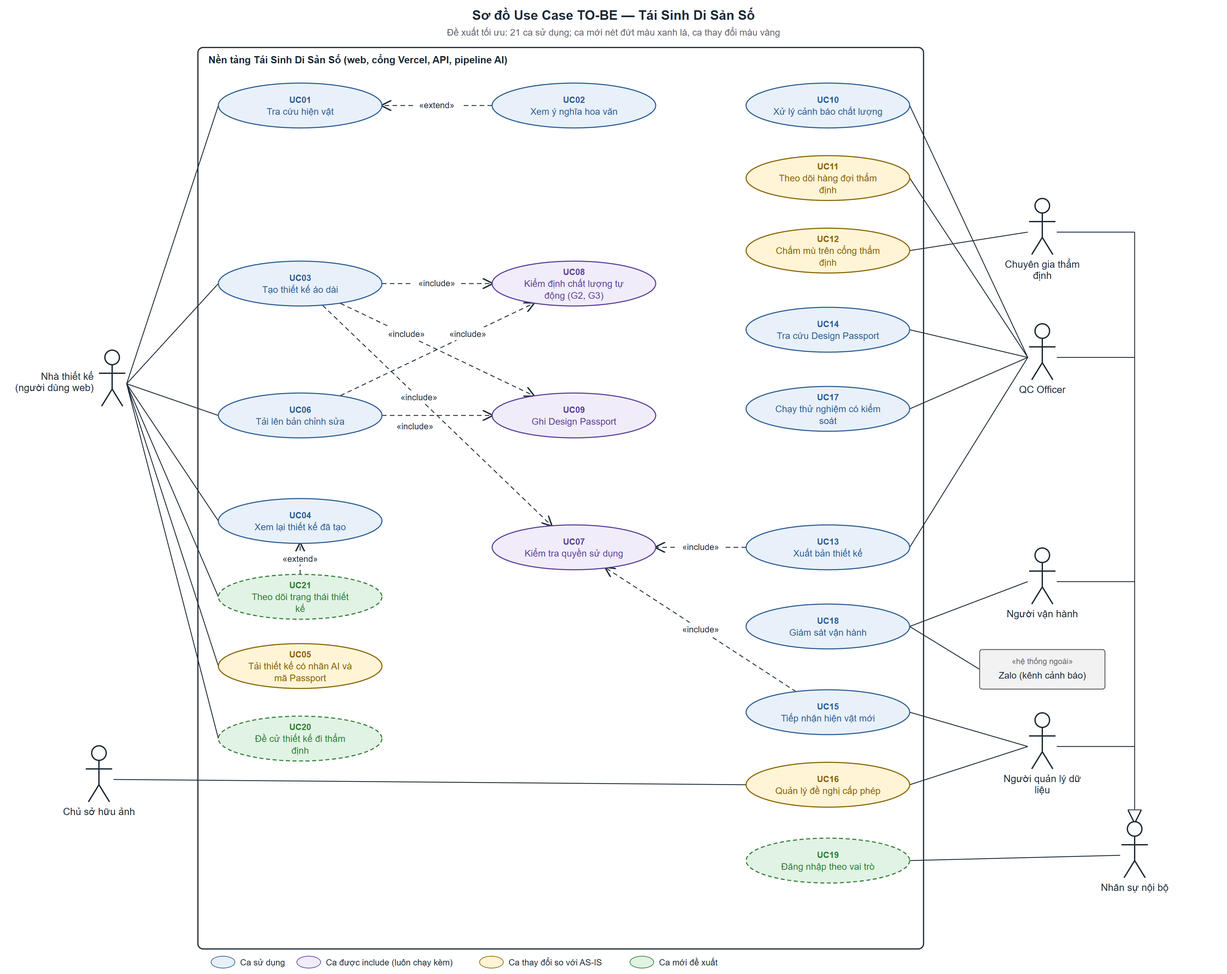
The PlantUML diagram docs/business-analysis/diagrams/UC-TO-BE_use-case.png in quoczai22/tai-sinh-di-san-so-ai, before a commit. Its source is kept beside it as docs/business-analysis/diagrams/UC-TO-BE_use-case.puml. Source of this version:
```plantuml
@startuml
title Sơ đồ Use Case TO-BE — Tái Sinh Di Sản Số
left to right direction
skinparam packageStyle rectangle
skinparam usecase { BackgroundColor #E8F0FA
 BorderColor #2B5C94 }
actor "Nhà thiết kế (người dùng web)" as DES
actor "Chuyên gia thẩm định" as EXP
actor "QC Officer" as QC
actor "Người vận hành" as OPS
actor "Người quản lý dữ liệu" as DATA
actor "Zalo (kênh cảnh báo)" as ZALO <<hệ thống ngoài>>
actor "Chủ sở hữu ảnh" as OWN
actor "Nhân sự nội bộ" as STAFF
rectangle "Nền tảng Tái Sinh Di Sản Số" {
  usecase "UC01 – Tra cứu hiện vật" as UC01
  usecase "UC02 – Xem ý nghĩa hoa văn" as UC02
  usecase "UC03 – Tạo thiết kế áo dài" as UC03
  usecase "UC06 – Tải lên bản chỉnh sửa" as UC06
  usecase "UC04 – Xem lại thiết kế đã tạo" as UC04
  usecase "UC05 – Tải thiết kế có nhãn AI và mã Passport" as UC05 <<thay đổi>>
  usecase "UC08 – Kiểm định chất lượng tự động (G2, G3)" as UC08
  usecase "UC09 – Ghi Design Passport" as UC09
  usecase "UC07 – Kiểm tra quyền sử dụng" as UC07
  usecase "UC10 – Xử lý cảnh báo chất lượng" as UC10
  usecase "UC11 – Theo dõi hàng đợi thẩm định" as UC11 <<thay đổi>>
  usecase "UC12 – Chấm mù trên cổng thẩm định" as UC12 <<thay đổi>>
  usecase "UC14 – Tra cứu Design Passport" as UC14
  usecase "UC17 – Chạy thử nghiệm có kiểm soát" as UC17
  usecase "UC13 – Xuất bản thiết kế" as UC13
  usecase "UC18 – Giám sát vận hành" as UC18
  usecase "UC15 – Tiếp nhận hiện vật mới" as UC15
  usecase "UC16 – Quản lý đề nghị cấp phép" as UC16 <<thay đổi>>
  usecase "UC21 – Theo dõi trạng thái thiết kế" as UC21 <<mới>>
  usecase "UC20 – Đề cử thiết kế đi thẩm định" as UC20 <<mới>>
  usecase "UC19 – Đăng nhập theo vai trò" as UC19 <<mới>>
}
DES -- UC01
DES -- UC03
DES -- UC06
DES -- UC04
DES -- UC05
QC -- UC10
QC -- UC11
QC -- UC14
QC -- UC17
QC -- UC13
EXP -- UC12
OPS -- UC18
ZALO -- UC18
DATA -- UC15
DATA -- UC16
DES -- UC20
DES -- UC21
OWN -- UC16
STAFF -- UC19
UC03 ..> UC08 : <<include>>
UC03 ..> UC09 : <<include>>
UC03 ..> UC07 : <<include>>
UC06 ..> UC08 : <<include>>
UC06 ..> UC09 : <<include>>
UC13 ..> UC07 : <<include>>
UC15 ..> UC07 : <<include>>
UC02 ..> UC01 : <<extend>>
UC21 ..> UC04 : <<extend>>
EXP --|> STAFF
QC --|> STAFF
OPS --|> STAFF
DATA --|> STAFF
@enduml
```
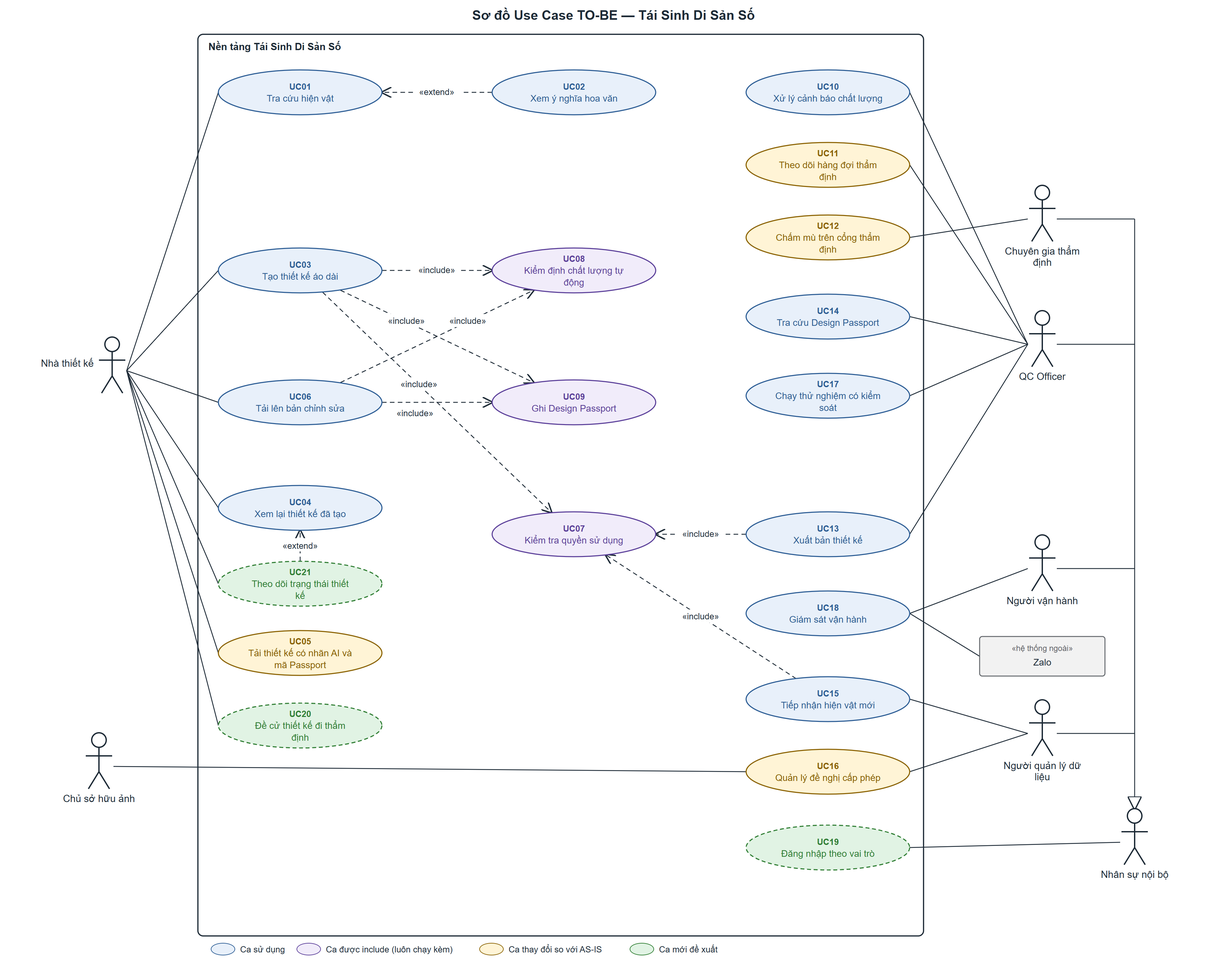
The same file after the commit.

What changed in the source:
```diff
@@ -4,12 +4,12 @@
 skinparam packageStyle rectangle
 skinparam usecase { BackgroundColor #E8F0FA
  BorderColor #2B5C94 }
-actor "Nhà thiết kế (người dùng web)" as DES
+actor "Nhà thiết kế" as DES
 actor "Chuyên gia thẩm định" as EXP
 actor "QC Officer" as QC
 actor "Người vận hành" as OPS
 actor "Người quản lý dữ liệu" as DATA
-actor "Zalo (kênh cảnh báo)" as ZALO <<hệ thống ngoài>>
+actor "Zalo" as ZALO <<hệ thống ngoài>>
 actor "Chủ sở hữu ảnh" as OWN
 actor "Nhân sự nội bộ" as STAFF
 rectangle "Nền tảng Tái Sinh Di Sản Số" {
@@ -19,7 +19,7 @@
   usecase "UC06 – Tải lên bản chỉnh sửa" as UC06
   usecase "UC04 – Xem lại thiết kế đã tạo" as UC04
   usecase "UC05 – Tải thiết kế có nhãn AI và mã Passport" as UC05 <<thay đổi>>
-  usecase "UC08 – Kiểm định chất lượng tự động (G2, G3)" as UC08
+  usecase "UC08 – Kiểm định chất lượng tự động" as UC08
   usecase "UC09 – Ghi Design Passport" as UC09
   usecase "UC07 – Kiểm tra quyền sử dụng" as UC07
   usecase "UC10 – Xử lý cảnh báo chất lượng" as UC10
```
